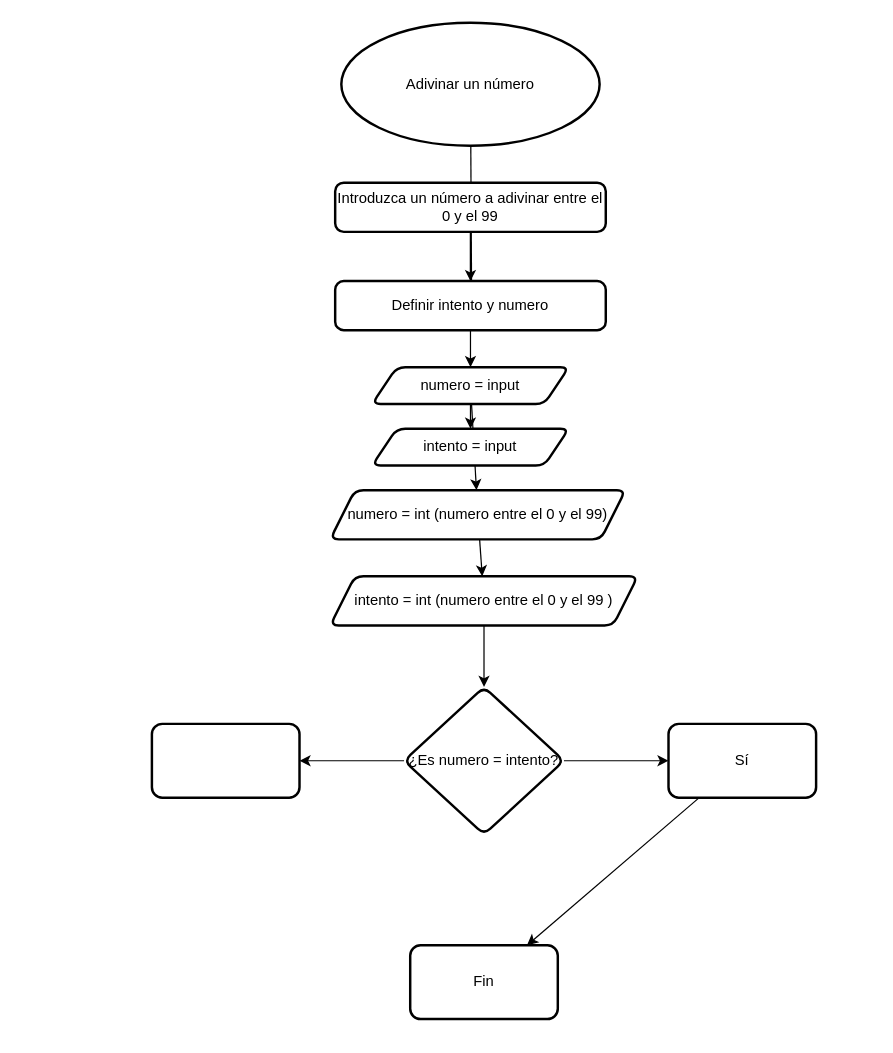
Earlier version of the draw.io diagram diagrama.drawio (Jacobo24/Adivine-un-n-mero). Source tidied: cells renumbered, new cells numbered last; positions are measured from the earlier drawing's top-left corner, leaving out a move shared by most shapes. Both pictures are drawn from the tidied source at 123%, with x=0, y=0 at pixel (151, 22).
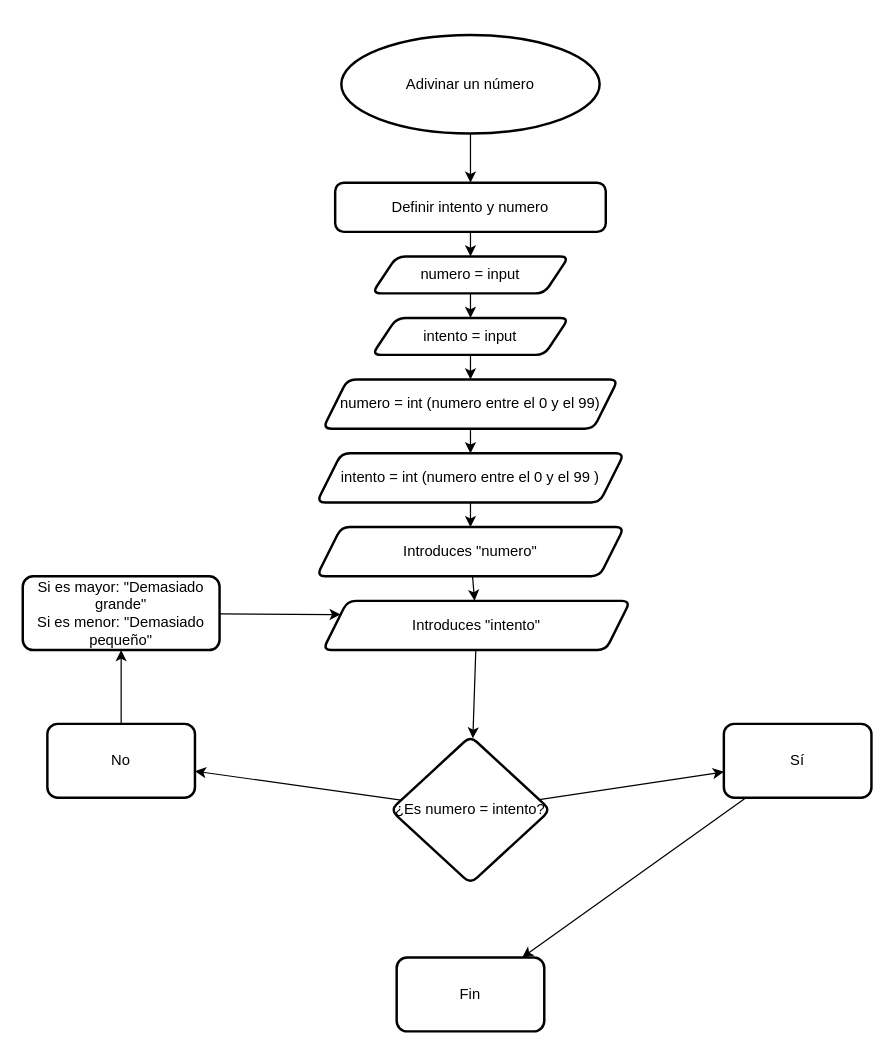
After the change.

What changed in the source:
```diff
@@
-    <mxCell id="2" style="edgeStyle=none;html=1;" parent="1" edge="1" source="3">
-      <mxGeometry relative="1" as="geometry">
-        <mxPoint x="260" y="240" as="targetPoint" />
-      </mxGeometry>
-    </mxCell>
+    <mxCell id="23" style="edgeStyle=none;html=1;" parent="1" edge="1" source="3" target="15">
+      <mxGeometry relative="1" as="geometry" />
+    </mxCell>
     <mxCell id="3" value="Adivinar un número" style="strokeWidth=2;html=1;shape=mxgraph.flowchart.start_1;whiteSpace=wrap;" parent="1" vertex="1">
-      <mxGeometry x="154" width="210" height="100" as="geometry" />
+      <mxGeometry x="154" y="10" width="210" height="80" as="geometry" />
     </mxCell>
-    <mxCell id="4" style="edgeStyle=none;html=1;" parent="1" edge="1" source="6" target="9">
-      <mxGeometry relative="1" as="geometry" />
-    </mxCell>
-    <mxCell id="5" style="edgeStyle=none;html=1;" parent="1" edge="1" source="6" target="15">
-      <mxGeometry relative="1" as="geometry" />
-    </mxCell>
-    <mxCell id="6" value="Introduzca un número a adivinar entre el 0 y el 99" style="rounded=1;whiteSpace=wrap;html=1;absoluteArcSize=1;arcSize=14;strokeWidth=2;" parent="1" vertex="1">
-      <mxGeometry x="149" y="130" width="220" height="40" as="geometry" />
-    </mxCell>
-    <mxCell id="7" style="edgeStyle=none;html=1;" parent="1" edge="1" source="9" target="11">
-      <mxGeometry relative="1" as="geometry" />
-    </mxCell>
@@
     <mxCell id="9" value="numero = input" style="shape=parallelogram;perimeter=parallelogramPerimeter;whiteSpace=wrap;html=1;fixedSize=1;rounded=1;arcSize=14;strokeWidth=2;" parent="1" vertex="1">
-      <mxGeometry x="179" y="280" width="160" height="30" as="geometry" />
+      <mxGeometry x="179" y="190" width="160" height="30" as="geometry" />
     </mxCell>
@@
     <mxCell id="11" value="numero = int (numero entre el 0 y el 99)" style="shape=parallelogram;perimeter=parallelogramPerimeter;whiteSpace=wrap;html=1;fixedSize=1;rounded=1;arcSize=14;strokeWidth=2;" parent="1" vertex="1">
-      <mxGeometry x="145" y="380" width="240" height="40" as="geometry" />
+      <mxGeometry x="139" y="290" width="240" height="40" as="geometry" />
     </mxCell>
-    <mxCell id="12" style="edgeStyle=none;html=1;" parent="1" edge="1" source="13" target="18">
-      <mxGeometry relative="1" as="geometry" />
-    </mxCell>
+    <mxCell id="24" style="edgeStyle=none;html=1;" parent="1" edge="1" source="13" target="29">
+      <mxGeometry relative="1" as="geometry" />
+    </mxCell>
     <mxCell id="13" value="intento = int (numero entre el 0 y el 99 )" style="shape=parallelogram;perimeter=parallelogramPerimeter;whiteSpace=wrap;html=1;fixedSize=1;rounded=1;arcSize=14;strokeWidth=2;" parent="1" vertex="1">
-      <mxGeometry x="145" y="450" width="250" height="40" as="geometry" />
+      <mxGeometry x="134" y="350" width="250" height="40" as="geometry" />
     </mxCell>
+    <mxCell id="25" style="edgeStyle=none;html=1;" parent="1" edge="1" source="14" target="11">
+      <mxGeometry relative="1" as="geometry" />
+    </mxCell>
     <mxCell id="14" value="intento = input" style="shape=parallelogram;perimeter=parallelogramPerimeter;whiteSpace=wrap;html=1;fixedSize=1;rounded=1;arcSize=14;strokeWidth=2;" parent="1" vertex="1">
-      <mxGeometry x="179" y="330" width="160" height="30" as="geometry" />
+      <mxGeometry x="179" y="240" width="160" height="30" as="geometry" />
     </mxCell>
+    <mxCell id="26" style="edgeStyle=none;html=1;" parent="1" edge="1" source="15" target="9">
+      <mxGeometry relative="1" as="geometry" />
+    </mxCell>
     <mxCell id="15" value="Definir intento y numero" style="rounded=1;whiteSpace=wrap;html=1;absoluteArcSize=1;arcSize=14;strokeWidth=2;" parent="1" vertex="1">
-      <mxGeometry x="149" y="210" width="220" height="40" as="geometry" />
+      <mxGeometry x="149" y="130" width="220" height="40" as="geometry" />
     </mxCell>
@@
     <mxCell id="18" value="¿Es numero = intento?" style="rhombus;whiteSpace=wrap;html=1;rounded=1;arcSize=14;strokeWidth=2;" parent="1" vertex="1">
-      <mxGeometry x="205" y="540" width="130" height="120" as="geometry" />
+      <mxGeometry x="194" y="580" width="130" height="120" as="geometry" />
     </mxCell>
@@
     <mxCell id="20" value="Sí" style="whiteSpace=wrap;html=1;rounded=1;arcSize=14;strokeWidth=2;" parent="1" vertex="1">
-      <mxGeometry x="420" y="570" width="120" height="60" as="geometry" />
+      <mxGeometry x="465" y="570" width="120" height="60" as="geometry" />
     </mxCell>
     <mxCell id="21" value="Fin" style="whiteSpace=wrap;html=1;rounded=1;arcSize=14;strokeWidth=2;" parent="1" vertex="1">
-      <mxGeometry x="210" y="750" width="120" height="60" as="geometry" />
+      <mxGeometry x="199" y="760" width="120" height="60" as="geometry" />
     </mxCell>
+    <mxCell id="27" style="edgeStyle=none;html=1;" parent="1" edge="1" source="22" target="33">
+      <mxGeometry relative="1" as="geometry" />
+    </mxCell>
-    <mxCell id="22" style="whiteSpace=wrap;html=1;rounded=1;arcSize=14;strokeWidth=2;" parent="1" vertex="1">
-      <mxGeometry y="570" width="120" height="60" as="geometry" />
+    <mxCell id="22" value="No" style="whiteSpace=wrap;html=1;rounded=1;arcSize=14;strokeWidth=2;" parent="1" vertex="1">
+      <mxGeometry x="-85" y="570" width="120" height="60" as="geometry" />
     </mxCell>
+    <mxCell id="28" style="edgeStyle=none;html=1;" parent="1" edge="1" source="29" target="31">
+      <mxGeometry relative="1" as="geometry" />
+    </mxCell>
+    <mxCell id="29" value="Introduces &quot;numero&quot;" style="shape=parallelogram;perimeter=parallelogramPerimeter;whiteSpace=wrap;html=1;fixedSize=1;rounded=1;arcSize=14;strokeWidth=2;" parent="1" vertex="1">
+      <mxGeometry x="134" y="410" width="250" height="40" as="geometry" />
+    </mxCell>
+    <mxCell id="30" style="edgeStyle=none;html=1;" parent="1" edge="1" source="31" target="18">
+      <mxGeometry relative="1" as="geometry" />
+    </mxCell>
+    <mxCell id="31" value="Introduces &quot;intento&quot;" style="shape=parallelogram;perimeter=parallelogramPerimeter;whiteSpace=wrap;html=1;fixedSize=1;rounded=1;arcSize=14;strokeWidth=2;" parent="1" vertex="1">
+      <mxGeometry x="139" y="470" width="250" height="40" as="geometry" />
+    </mxCell>
+    <mxCell id="32" style="edgeStyle=none;html=1;entryX=0;entryY=0.25;entryDx=0;entryDy=0;" parent="1" edge="1" source="33" target="31">
+      <mxGeometry relative="1" as="geometry" />
+    </mxCell>
+    <mxCell id="33" value="Si es mayor: &quot;Demasiado grande&quot;&lt;br&gt;Si es menor: &quot;Demasiado pequeño&quot;" style="whiteSpace=wrap;html=1;rounded=1;arcSize=14;strokeWidth=2;" parent="1" vertex="1">
+      <mxGeometry x="-105" y="450" width="160" height="60" as="geometry" />
+    </mxCell>
```
